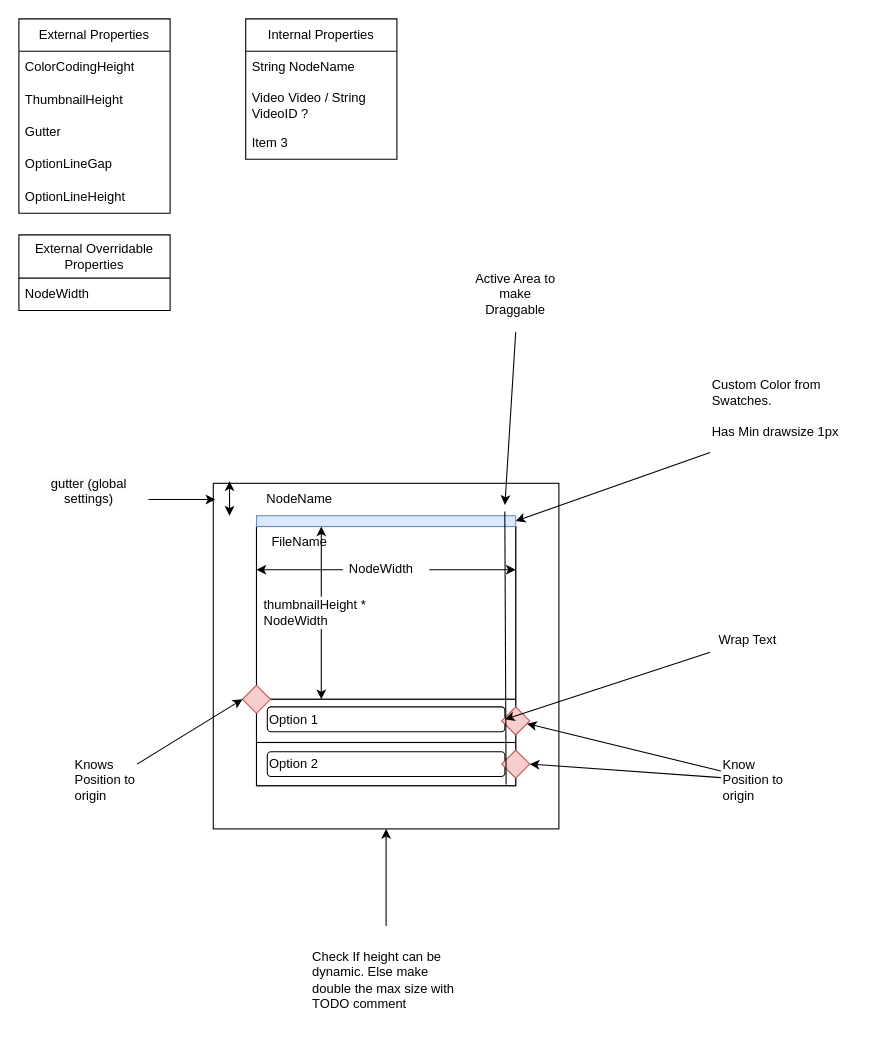
Above: page "Node Layout" (7 of 7) of Nutria FMV.drawio in k-pasta/Nutria_FMV_Maker (draw.io), before the change. Source tidied: cells renumbered, new cells numbered last; positions are measured from the earlier drawing's top-left corner, leaving out a move shared by most shapes. Both pictures are drawn from the tidied source at 108%, with x=0, y=0 at pixel (18, 18).
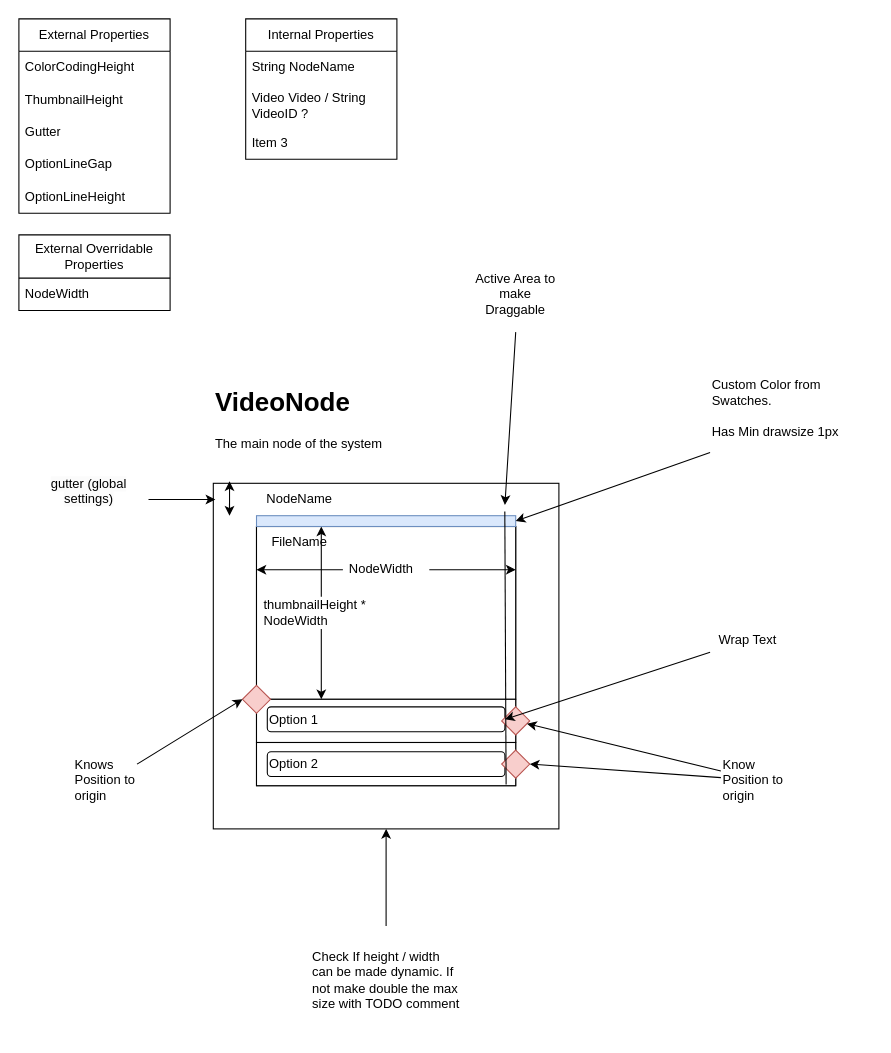
After the change.

The edit, as a diff of the source:
```diff
@@
-    <mxCell id="29" value="Check If height can be dynamic. Else make double the max size with TODO comment" style="text;html=1;align=left;verticalAlign=middle;whiteSpace=wrap;rounded=0;" parent="1" vertex="1">
+    <mxCell id="29" value="Check If height / width can be made dynamic. If not make double the max size with TODO comment" style="text;html=1;align=left;verticalAlign=middle;whiteSpace=wrap;rounded=0;" parent="1" vertex="1">
       <mxGeometry x="270" y="840" width="140" height="100" as="geometry" />
     </mxCell>
@@
+    <mxCell id="50" value="&lt;h1 style=&quot;margin-top: 0px;&quot;&gt;VideoNode&lt;/h1&gt;&lt;p&gt;The main node of the system&lt;/p&gt;" style="text;html=1;whiteSpace=wrap;overflow=hidden;rounded=0;" parent="1" vertex="1">
+      <mxGeometry x="180" y="335" width="180" height="80" as="geometry" />
+    </mxCell>
```
